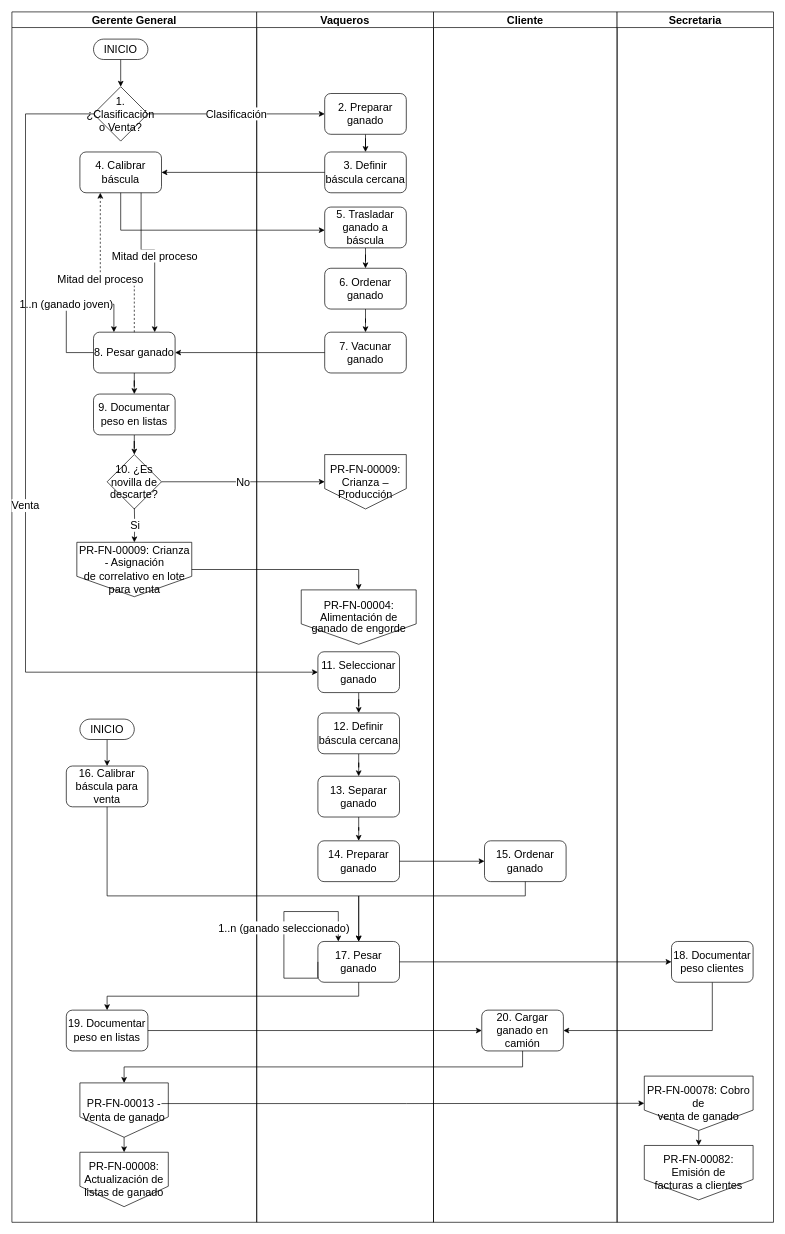
Above: page "PR-FN-00013 - Peso de ganado" (3 of 5) of FSJB.drawio in prtigofn/Dev2.0 (draw.io), before the change. Source tidied: cells renumbered, new cells numbered last; positions are measured from the earlier drawing's top-left corner, leaving out a move shared by most shapes. Both pictures are drawn from the tidied source at 68%, with x=0, y=0 at pixel (12, 12).
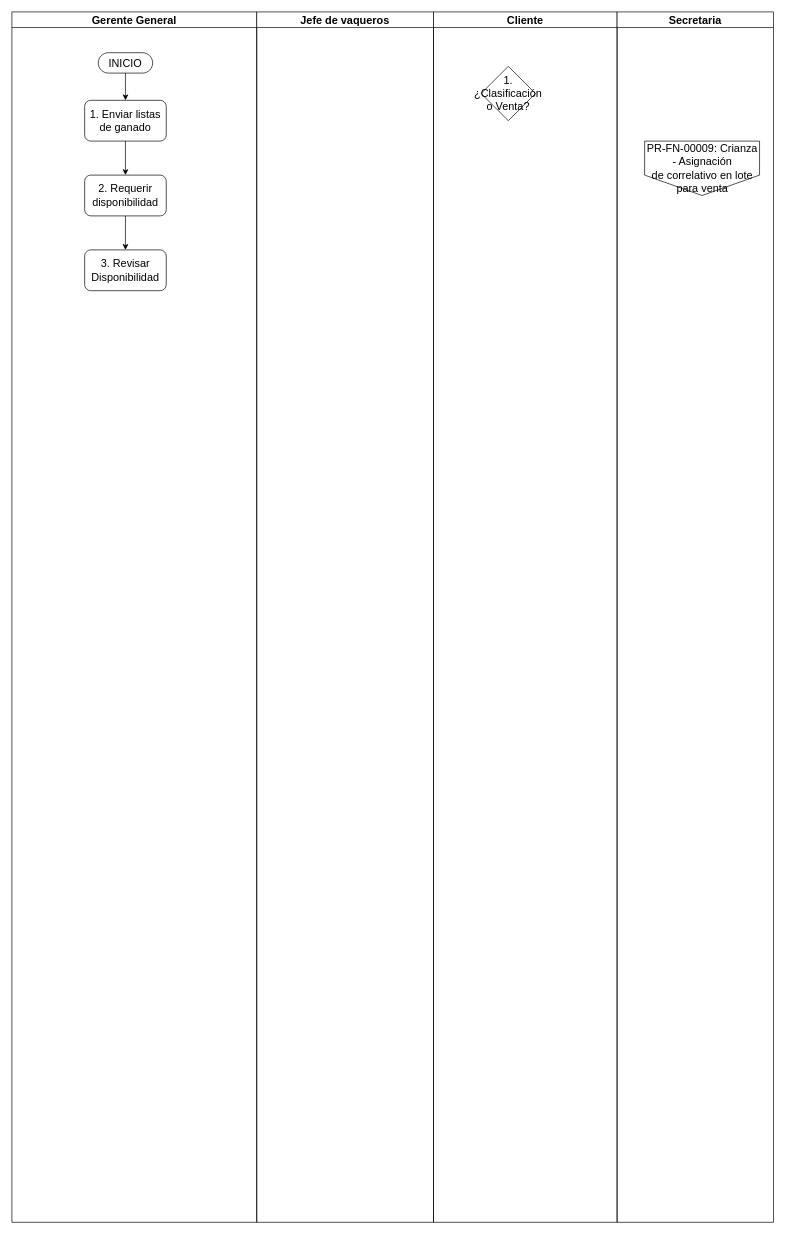
Above is the later version.

The change refers to these unchanged cells:
```xml
<mxCell id="2" value="Gerente General" style="swimlane;whiteSpace=wrap;html=1;fontSize=16;" parent="1" vertex="1">
  <mxGeometry width="360" height="1780" as="geometry" />
</mxCell>
```

What changed in the source:
```diff
@@
-    <mxCell id="3" style="edgeStyle=orthogonalEdgeStyle;rounded=0;jettySize=auto;html=1;fontSize=16;" parent="2" edge="1" source="4" target="5">
-      <mxGeometry relative="1" as="geometry" />
-    </mxCell>
     <mxCell id="4" value="INICIO" style="html=1;dashed=0;whiteSpace=wrap;shape=mxgraph.dfd.start;fontSize=16;" parent="2" vertex="1">
-      <mxGeometry x="120" y="40" width="80" height="30" as="geometry" />
+      <mxGeometry x="127" y="60" width="80" height="30" as="geometry" />
     </mxCell>
+    <mxCell id="68" style="edgeStyle=orthogonalEdgeStyle;rounded=0;jettySize=auto;html=1;" parent="2" edge="1" source="69" target="70">
+      <mxGeometry relative="1" as="geometry" />
+    </mxCell>
+    <mxCell id="69" value="2. Requerir disponibilidad" style="rounded=1;whiteSpace=wrap;html=1;fontSize=16;" parent="2" vertex="1">
+      <mxGeometry x="107" y="240" width="120" height="60" as="geometry" />
+    </mxCell>
+    <mxCell id="70" value="3. Revisar Disponibilidad" style="rounded=1;whiteSpace=wrap;html=1;fontSize=16;" parent="2" vertex="1">
+      <mxGeometry x="107" y="350" width="120" height="60" as="geometry" />
+    </mxCell>
+    <mxCell id="71" value="1. Enviar listas de ganado" style="rounded=1;whiteSpace=wrap;html=1;fontSize=16;" parent="2" vertex="1">
+      <mxGeometry x="107" y="130" width="120" height="60" as="geometry" />
+    </mxCell>
+    <mxCell id="72" style="edgeStyle=orthogonalEdgeStyle;rounded=0;jettySize=auto;html=1;entryX=0.5;entryY=0;entryDx=0;entryDy=0;exitX=0.5;exitY=0.5;exitDx=0;exitDy=15.000000000000002;exitPerimeter=0;" parent="2" edge="1" source="4" target="71">
+      <mxGeometry relative="1" as="geometry" />
+    </mxCell>
+    <mxCell id="73" style="edgeStyle=orthogonalEdgeStyle;rounded=0;jettySize=auto;html=1;entryX=0.5;entryY=0;entryDx=0;entryDy=0;exitX=0.5;exitY=1;exitDx=0;exitDy=0;" parent="2" edge="1" source="71" target="69">
+      <mxGeometry relative="1" as="geometry" />
+    </mxCell>
+    <mxCell id="18" value="Jefe de vaqueros" style="swimlane;whiteSpace=wrap;html=1;fontSize=16;" parent="1" vertex="1">
+      <mxGeometry x="360" width="260" height="1780" as="geometry" />
+    </mxCell>
+    <mxCell id="44" value="Cliente" style="swimlane;whiteSpace=wrap;html=1;fontSize=16;" parent="1" vertex="1">
+      <mxGeometry x="620" width="270" height="1780" as="geometry" />
+    </mxCell>
-    <mxCell id="5" value="1.¿Clasificación o Venta?" style="rhombus;whiteSpace=wrap;html=1;dashed=0;fontSize=16;" parent="2" vertex="1">
-      <mxGeometry x="120" y="110" width="80" height="80" as="geometry" />
+    <mxCell id="5" value="1.¿Clasificación o Venta?" style="rhombus;whiteSpace=wrap;html=1;dashed=0;fontSize=16;" parent="44" vertex="1">
+      <mxGeometry x="70" y="80" width="80" height="80" as="geometry" />
     </mxCell>
-    <mxCell id="6" style="edgeStyle=orthogonalEdgeStyle;rounded=0;jettySize=auto;html=1;fontSize=16;" parent="2" edge="1" source="7" target="8">
-      <mxGeometry relative="1" as="geometry" />
-    </mxCell>
-    <mxCell id="7" value="9. Documentar peso en listas" style="rounded=1;whiteSpace=wrap;html=1;fontSize=16;" parent="2" vertex="1">
-      <mxGeometry x="120" y="562" width="120" height="60" as="geometry" />
-    </mxCell>
-    <mxCell id="8" value="10. ¿Es novilla de descarte?" style="rhombus;whiteSpace=wrap;html=1;rounded=0;fontSize=16;" parent="2" vertex="1">
-      <mxGeometry x="140" y="651" width="80" height="80" as="geometry" />
-    </mxCell>
-    <mxCell id="9" value="Si" style="edgeStyle=orthogonalEdgeStyle;rounded=0;jettySize=auto;html=1;entryX=0.5;entryY=0;entryDx=0;entryDy=0;fontSize=16;" parent="2" edge="1" target="12">
-      <mxGeometry relative="1" as="geometry">
-        <mxPoint x="180.1" y="729.9" as="sourcePoint" />
-      </mxGeometry>
-    </mxCell>
-    <mxCell id="10" value="16. Calibrar báscula para venta" style="rounded=1;whiteSpace=wrap;html=1;fontSize=16;" parent="2" vertex="1">
-      <mxGeometry x="80" y="1109" width="120" height="60" as="geometry" />
-    </mxCell>
-    <mxCell id="11" value="&lt;span style=&quot;font-size: 16px;&quot; lang=&quot;ES-TRAD&quot;&gt;PR-FN-00008:&lt;br style=&quot;font-size: 16px;&quot;&gt;Actualización de listas de ganado&lt;/span&gt;" style="shape=offPageConnector;whiteSpace=wrap;html=1;fontSize=16;" parent="2" vertex="1">
-      <mxGeometry x="100" y="1677" width="130" height="80" as="geometry" />
-    </mxCell>
+    <mxCell id="46" value="Secretaria" style="swimlane;whiteSpace=wrap;html=1;fontSize=16;" parent="1" vertex="1">
+      <mxGeometry x="890" width="230" height="1780" as="geometry" />
+    </mxCell>
-    <mxCell id="12" value="&lt;span style=&quot;font-size: 16px;&quot; lang=&quot;ES-TRAD&quot;&gt;PR-FN-00009: Crianza - Asignación&lt;br style=&quot;font-size: 16px;&quot;&gt;de correlativo en lote para venta&lt;/span&gt;" style="shape=offPageConnector;whiteSpace=wrap;html=1;fontSize=16;" parent="2" vertex="1">
-      <mxGeometry x="95.5" y="780" width="169" height="80" as="geometry" />
+    <mxCell id="12" value="&lt;span style=&quot;font-size: 16px;&quot; lang=&quot;ES-TRAD&quot;&gt;PR-FN-00009: Crianza - Asignación&lt;br style=&quot;font-size: 16px;&quot;&gt;de correlativo en lote para venta&lt;/span&gt;" style="shape=offPageConnector;whiteSpace=wrap;html=1;fontSize=16;" parent="1" vertex="1">
+      <mxGeometry x="930.5" y="190" width="169" height="80" as="geometry" />
     </mxCell>
-    <mxCell id="13" value="19. Documentar peso en listas" style="rounded=1;whiteSpace=wrap;html=1;fontSize=16;" parent="2" vertex="1">
-      <mxGeometry x="80" y="1468" width="120" height="60" as="geometry" />
-    </mxCell>
-    <mxCell id="14" style="edgeStyle=orthogonalEdgeStyle;rounded=0;jettySize=auto;html=1;exitX=0.5;exitY=0.5;exitDx=0;exitDy=15;exitPerimeter=0;fontSize=16;entryX=0.5;entryY=0;entryDx=0;entryDy=0;" parent="2" edge="1" source="15" target="10">
-      <mxGeometry relative="1" as="geometry" />
-    </mxCell>
-    <mxCell id="15" value="INICIO" style="html=1;dashed=0;whiteSpace=wrap;shape=mxgraph.dfd.start;fontSize=16;" parent="2" vertex="1">
-      <mxGeometry x="100" y="1040" width="80" height="30" as="geometry" />
-    </mxCell>
-    <mxCell id="16" value="PR-FN-00013 - Venta de ganado" style="shape=offPageConnector;whiteSpace=wrap;html=1;fontSize=16;" parent="2" vertex="1">
-      <mxGeometry x="100" y="1575" width="130" height="80" as="geometry" />
-    </mxCell>
-    <mxCell id="17" style="edgeStyle=orthogonalEdgeStyle;rounded=0;jettySize=auto;html=1;entryX=0.5;entryY=0;entryDx=0;entryDy=0;fontSize=16;exitX=0.5;exitY=1;exitDx=0;exitDy=0;" parent="2" edge="1" source="16" target="11">
-      <mxGeometry relative="1" as="geometry" />
-    </mxCell>
-    <mxCell id="18" value="Vaqueros" style="swimlane;whiteSpace=wrap;html=1;fontSize=16;" parent="1" vertex="1">
-      <mxGeometry x="360" width="260" height="1780" as="geometry" />
-    </mxCell>
-    <mxCell id="19" style="edgeStyle=orthogonalEdgeStyle;rounded=0;jettySize=auto;html=1;fontSize=16;" parent="18" edge="1" source="20" target="24">
-      <mxGeometry relative="1" as="geometry" />
-    </mxCell>
-    <mxCell id="20" value="2. Preparar ganado" style="rounded=1;whiteSpace=wrap;html=1;fontSize=16;" parent="18" vertex="1">
-      <mxGeometry x="100" y="120" width="120" height="60" as="geometry" />
-    </mxCell>
-    <mxCell id="21" style="edgeStyle=orthogonalEdgeStyle;rounded=0;jettySize=auto;html=1;fontSize=16;" parent="18" edge="1" source="28" target="31">
-      <mxGeometry relative="1" as="geometry" />
-    </mxCell>
-    <mxCell id="22" value="4. Calibrar báscula" style="rounded=1;whiteSpace=wrap;html=1;fontSize=16;" parent="18" vertex="1">
-      <mxGeometry x="-260" y="206" width="120" height="60" as="geometry" />
-    </mxCell>
-    <mxCell id="23" style="edgeStyle=orthogonalEdgeStyle;rounded=0;jettySize=auto;html=1;exitX=0.5;exitY=1;exitDx=0;exitDy=0;fontSize=16;" parent="18" edge="1" source="22">
-      <mxGeometry relative="1" as="geometry">
-        <mxPoint x="100" y="321" as="targetPoint" />
-        <Array as="points">
-          <mxPoint x="-200" y="321" />
-        </Array>
-      </mxGeometry>
-    </mxCell>
-    <mxCell id="24" value="3. Definir báscula cercana" style="rounded=1;whiteSpace=wrap;html=1;fontSize=16;" parent="18" vertex="1">
-      <mxGeometry x="100" y="206" width="120" height="60" as="geometry" />
-    </mxCell>
-    <mxCell id="25" style="edgeStyle=orthogonalEdgeStyle;rounded=0;jettySize=auto;html=1;fontSize=16;" parent="18" edge="1" source="24" target="22">
-      <mxGeometry relative="1" as="geometry" />
-    </mxCell>
-    <mxCell id="26" style="edgeStyle=orthogonalEdgeStyle;rounded=0;jettySize=auto;html=1;fontSize=16;" parent="18" edge="1" source="27" target="28">
-      <mxGeometry relative="1" as="geometry" />
-    </mxCell>
-    <mxCell id="27" value="5.&amp;nbsp;&lt;span style=&quot;background-color: initial; font-size: 16px;&quot;&gt;Trasladar ganado a báscula&lt;/span&gt;" style="rounded=1;whiteSpace=wrap;html=1;fontSize=16;" parent="18" vertex="1">
-      <mxGeometry x="100" y="287" width="120" height="60" as="geometry" />
-    </mxCell>
-    <mxCell id="28" value="6. Ordenar ganado" style="rounded=1;whiteSpace=wrap;html=1;fontSize=16;" parent="18" vertex="1">
-      <mxGeometry x="100" y="377" width="120" height="60" as="geometry" />
-    </mxCell>
-    <mxCell id="29" value="8. Pesar ganado" style="rounded=1;whiteSpace=wrap;html=1;fontSize=16;" parent="18" vertex="1">
-      <mxGeometry x="-240" y="471" width="120" height="60" as="geometry" />
-    </mxCell>
-    <mxCell id="30" value="1..n (ganado joven)" style="edgeStyle=orthogonalEdgeStyle;rounded=0;orthogonalLoop=1;jettySize=auto;html=1;exitX=0;exitY=0.5;exitDx=0;exitDy=0;entryX=0.25;entryY=0;entryDx=0;entryDy=0;fontSize=16;" parent="18" edge="1" source="29" target="29">
-      <mxGeometry relative="1" as="geometry">
-        <Array as="points">
-          <mxPoint x="-280" y="501" />
-          <mxPoint x="-280" y="430" />
-          <mxPoint x="-210" y="430" />
-        </Array>
-      </mxGeometry>
-    </mxCell>
-    <mxCell id="31" value="7. Vacunar ganado" style="rounded=1;whiteSpace=wrap;html=1;fontSize=16;" parent="18" vertex="1">
-      <mxGeometry x="100" y="471" width="120" height="60" as="geometry" />
-    </mxCell>
-    <mxCell id="32" style="edgeStyle=orthogonalEdgeStyle;rounded=0;jettySize=auto;html=1;fontSize=16;" parent="18" edge="1" source="31" target="29">
-      <mxGeometry relative="1" as="geometry" />
-    </mxCell>
-    <mxCell id="33" style="edgeStyle=orthogonalEdgeStyle;rounded=0;jettySize=auto;html=1;fontSize=16;" parent="18" edge="1" source="34" target="36">
-      <mxGeometry relative="1" as="geometry" />
-    </mxCell>
-    <mxCell id="34" value="11. Seleccionar ganado" style="rounded=1;whiteSpace=wrap;html=1;fontSize=16;" parent="18" vertex="1">
-      <mxGeometry x="90" y="941" width="120" height="60" as="geometry" />
-    </mxCell>
-    <mxCell id="35" style="edgeStyle=orthogonalEdgeStyle;rounded=0;jettySize=auto;html=1;fontSize=16;" parent="18" edge="1" source="36" target="38">
-      <mxGeometry relative="1" as="geometry" />
-    </mxCell>
-    <mxCell id="36" value="12. Definir báscula cercana" style="rounded=1;whiteSpace=wrap;html=1;fontSize=16;" parent="18" vertex="1">
-      <mxGeometry x="90" y="1031" width="120" height="60" as="geometry" />
-    </mxCell>
-    <mxCell id="37" style="edgeStyle=orthogonalEdgeStyle;rounded=0;jettySize=auto;html=1;fontSize=16;" parent="18" edge="1" source="38" target="39">
-      <mxGeometry relative="1" as="geometry" />
-    </mxCell>
-    <mxCell id="38" value="13. Separar ganado" style="rounded=1;whiteSpace=wrap;html=1;fontSize=16;" parent="18" vertex="1">
-      <mxGeometry x="90" y="1124" width="120" height="60" as="geometry" />
-    </mxCell>
-    <mxCell id="39" value="14. Preparar ganado" style="rounded=1;whiteSpace=wrap;html=1;fontSize=16;" parent="18" vertex="1">
-      <mxGeometry x="90" y="1219" width="120" height="60" as="geometry" />
-    </mxCell>
-    <mxCell id="40" value="Mitad del proceso" style="edgeStyle=orthogonalEdgeStyle;rounded=0;jettySize=auto;html=1;dashed=1;entryX=0.25;entryY=1;entryDx=0;entryDy=0;fontSize=16;" parent="18" edge="1" source="29" target="22">
-      <mxGeometry relative="1" as="geometry">
-        <Array as="points">
-          <mxPoint x="-180" y="400" />
-          <mxPoint x="-230" y="400" />
-        </Array>
-      </mxGeometry>
-    </mxCell>
-    <mxCell id="41" value="Mitad del proceso" style="edgeStyle=orthogonalEdgeStyle;rounded=0;jettySize=auto;html=1;exitX=0.75;exitY=1;exitDx=0;exitDy=0;entryX=0.75;entryY=0;entryDx=0;entryDy=0;fontSize=16;" parent="18" edge="1" source="22" target="29">
-      <mxGeometry relative="1" as="geometry">
-        <Array as="points">
-          <mxPoint x="-170" y="350" />
-          <mxPoint x="-150" y="350" />
-        </Array>
-      </mxGeometry>
-    </mxCell>
-    <mxCell id="42" value="&lt;span style=&quot;font-size: 16px;&quot; lang=&quot;ES-TRAD&quot;&gt;PR-FN-00009: Crianza –&lt;br style=&quot;font-size: 16px;&quot;&gt;Producción&lt;/span&gt;" style="shape=offPageConnector;whiteSpace=wrap;html=1;fontSize=16;" parent="18" vertex="1">
-      <mxGeometry x="100" y="651" width="120" height="80" as="geometry" />
-    </mxCell>
-    <mxCell id="43" value="&lt;p style=&quot;line-height: 107%; font-size: 16px;&quot; class=&quot;MsoNormal&quot;&gt;&lt;span style=&quot;font-size: 16px; line-height: 107%; font-family: Arial, sans-serif;&quot; lang=&quot;ES-TRAD&quot;&gt;PR-FN-00004: Alimentación de ganado de engorde&lt;/span&gt;&lt;/p&gt;" style="shape=offPageConnector;whiteSpace=wrap;html=1;fontSize=16;" parent="18" vertex="1">
-      <mxGeometry x="65.5" y="850" width="169" height="80" as="geometry" />
-    </mxCell>
-    <mxCell id="44" value="Cliente" style="swimlane;whiteSpace=wrap;html=1;fontSize=16;" parent="1" vertex="1">
-      <mxGeometry x="620" width="270" height="1780" as="geometry" />
-    </mxCell>
-    <mxCell id="45" value="15. Ordenar ganado" style="rounded=1;whiteSpace=wrap;html=1;fontSize=16;" parent="44" vertex="1">
-      <mxGeometry x="75" y="1219" width="120" height="60" as="geometry" />
-    </mxCell>
-    <mxCell id="46" value="Secretaria" style="swimlane;whiteSpace=wrap;html=1;fontSize=16;" parent="1" vertex="1">
-      <mxGeometry x="890" width="230" height="1780" as="geometry" />
-    </mxCell>
-    <mxCell id="47" style="edgeStyle=orthogonalEdgeStyle;rounded=0;jettySize=auto;html=1;exitX=0.5;exitY=1;exitDx=0;exitDy=0;entryX=1;entryY=0.5;entryDx=0;entryDy=0;fontSize=16;" parent="46" edge="1" source="49" target="51">
-      <mxGeometry relative="1" as="geometry" />
-    </mxCell>
-    <mxCell id="48" value="17. Pesar ganado" style="rounded=1;whiteSpace=wrap;html=1;fontSize=16;" parent="46" vertex="1">
-      <mxGeometry x="-440" y="1367" width="120" height="60" as="geometry" />
-    </mxCell>
-    <mxCell id="49" value="18. Documentar peso clientes" style="rounded=1;whiteSpace=wrap;html=1;fontSize=16;" parent="46" vertex="1">
-      <mxGeometry x="80" y="1367" width="120" height="60" as="geometry" />
-    </mxCell>
-    <mxCell id="50" style="edgeStyle=orthogonalEdgeStyle;rounded=0;jettySize=auto;html=1;fontSize=16;" parent="46" edge="1" source="48" target="49">
-      <mxGeometry relative="1" as="geometry" />
-    </mxCell>
-    <mxCell id="51" value="20. Cargar ganado en camión" style="rounded=1;whiteSpace=wrap;html=1;fontSize=16;" parent="46" vertex="1">
-      <mxGeometry x="-199" y="1468" width="120" height="60" as="geometry" />
-    </mxCell>
-    <mxCell id="52" value="&lt;span style=&quot;font-size: 16px;&quot; lang=&quot;ES-TRAD&quot;&gt;PR-FN-00082: Emisión de&lt;br style=&quot;font-size: 16px;&quot;&gt;facturas a clientes&lt;/span&gt;" style="shape=offPageConnector;whiteSpace=wrap;html=1;fontSize=16;" parent="46" vertex="1">
-      <mxGeometry x="40" y="1667" width="160" height="80" as="geometry" />
-    </mxCell>
-    <mxCell id="53" style="edgeStyle=orthogonalEdgeStyle;rounded=0;jettySize=auto;html=1;exitX=0.5;exitY=1;exitDx=0;exitDy=0;entryX=0.5;entryY=0;entryDx=0;entryDy=0;fontSize=16;" parent="46" edge="1" source="54" target="52">
-      <mxGeometry relative="1" as="geometry" />
-    </mxCell>
-    <mxCell id="54" value="&lt;span style=&quot;font-size: 16px;&quot; lang=&quot;ES-TRAD&quot;&gt;PR-FN-00078: Cobro de&lt;br style=&quot;font-size: 16px;&quot;&gt;venta de ganado&lt;/span&gt;" style="shape=offPageConnector;whiteSpace=wrap;html=1;fontSize=16;" parent="46" vertex="1">
-      <mxGeometry x="40" y="1565" width="160" height="80" as="geometry" />
-    </mxCell>
-    <mxCell id="55" value="1..n (ganado seleccionado)" style="edgeStyle=orthogonalEdgeStyle;rounded=0;orthogonalLoop=1;jettySize=auto;html=1;exitX=0;exitY=0.5;exitDx=0;exitDy=0;entryX=0.25;entryY=0;entryDx=0;entryDy=0;fontSize=16;" parent="46" edge="1" source="48" target="48">
-      <mxGeometry relative="1" as="geometry">
-        <Array as="points">
-          <mxPoint x="-440" y="1421" />
-          <mxPoint x="-490" y="1421" />
-          <mxPoint x="-490" y="1323" />
-          <mxPoint x="-410" y="1323" />
-        </Array>
-      </mxGeometry>
-    </mxCell>
-    <mxCell id="56" value="Clasificación" style="edgeStyle=orthogonalEdgeStyle;rounded=0;jettySize=auto;html=1;exitX=1;exitY=0.5;exitDx=0;exitDy=0;entryX=0;entryY=0.5;entryDx=0;entryDy=0;fontSize=16;" parent="1" edge="1" source="5" target="20">
-      <mxGeometry relative="1" as="geometry" />
-    </mxCell>
-    <mxCell id="57" style="edgeStyle=orthogonalEdgeStyle;rounded=0;jettySize=auto;html=1;fontSize=16;" parent="1" edge="1" source="29" target="7">
-      <mxGeometry relative="1" as="geometry" />
-    </mxCell>
-    <mxCell id="58" style="edgeStyle=orthogonalEdgeStyle;rounded=0;jettySize=auto;html=1;fontSize=16;" parent="1" edge="1" source="39" target="45">
-      <mxGeometry relative="1" as="geometry" />
-    </mxCell>
-    <mxCell id="59" style="edgeStyle=orthogonalEdgeStyle;rounded=0;jettySize=auto;html=1;exitX=0.5;exitY=1;exitDx=0;exitDy=0;fontSize=16;entryX=0.5;entryY=0;entryDx=0;entryDy=0;" parent="1" edge="1" source="45" target="48">
-      <mxGeometry relative="1" as="geometry">
-        <Array as="points">
-          <mxPoint x="755" y="1300" />
-          <mxPoint x="510" y="1300" />
-        </Array>
-      </mxGeometry>
-    </mxCell>
-    <mxCell id="60" style="edgeStyle=orthogonalEdgeStyle;rounded=0;jettySize=auto;html=1;exitX=0.5;exitY=1;exitDx=0;exitDy=0;entryX=0.5;entryY=0;entryDx=0;entryDy=0;fontSize=16;" parent="1" edge="1" source="10" target="48">
-      <mxGeometry relative="1" as="geometry">
-        <Array as="points">
-          <mxPoint x="140" y="1300" />
-          <mxPoint x="510" y="1300" />
-        </Array>
-      </mxGeometry>
-    </mxCell>
-    <mxCell id="61" style="edgeStyle=orthogonalEdgeStyle;rounded=0;jettySize=auto;html=1;entryX=0;entryY=0.5;entryDx=0;entryDy=0;fontSize=16;exitX=0.923;exitY=0.38;exitDx=0;exitDy=0;exitPerimeter=0;" parent="1" edge="1" source="16" target="54">
-      <mxGeometry relative="1" as="geometry" />
-    </mxCell>
-    <mxCell id="62" style="edgeStyle=orthogonalEdgeStyle;rounded=0;jettySize=auto;html=1;exitX=0.5;exitY=1;exitDx=0;exitDy=0;fontSize=16;entryX=0.5;entryY=0;entryDx=0;entryDy=0;" parent="1" edge="1" source="51" target="16">
-      <mxGeometry relative="1" as="geometry" />
-    </mxCell>
-    <mxCell id="63" style="edgeStyle=orthogonalEdgeStyle;rounded=0;jettySize=auto;html=1;exitX=0.5;exitY=1;exitDx=0;exitDy=0;fontSize=16;" parent="1" edge="1" source="48" target="13">
-      <mxGeometry relative="1" as="geometry" />
-    </mxCell>
-    <mxCell id="64" style="edgeStyle=orthogonalEdgeStyle;rounded=0;jettySize=auto;html=1;fontSize=16;" parent="1" edge="1" source="13" target="51">
-      <mxGeometry relative="1" as="geometry" />
-    </mxCell>
-    <mxCell id="65" value="Venta" style="edgeStyle=orthogonalEdgeStyle;rounded=0;jettySize=auto;html=1;exitX=0;exitY=0.5;exitDx=0;exitDy=0;entryX=0;entryY=0.5;entryDx=0;entryDy=0;fontSize=16;" parent="1" edge="1" source="5" target="34">
-      <mxGeometry relative="1" as="geometry">
-        <Array as="points">
-          <mxPoint x="20" y="150" />
-          <mxPoint x="20" y="971" />
-        </Array>
-      </mxGeometry>
-    </mxCell>
-    <mxCell id="66" value="No" style="edgeStyle=orthogonalEdgeStyle;rounded=0;jettySize=auto;html=1;exitX=1;exitY=0.5;exitDx=0;exitDy=0;fontSize=16;" parent="1" edge="1" source="8" target="42">
-      <mxGeometry relative="1" as="geometry" />
-    </mxCell>
-    <mxCell id="67" style="edgeStyle=orthogonalEdgeStyle;rounded=0;jettySize=auto;html=1;entryX=0.5;entryY=0;entryDx=0;entryDy=0;exitX=1;exitY=0.5;exitDx=0;exitDy=0;fontSize=16;" parent="1" edge="1" source="12" target="43">
-      <mxGeometry relative="1" as="geometry" />
-    </mxCell>
```
